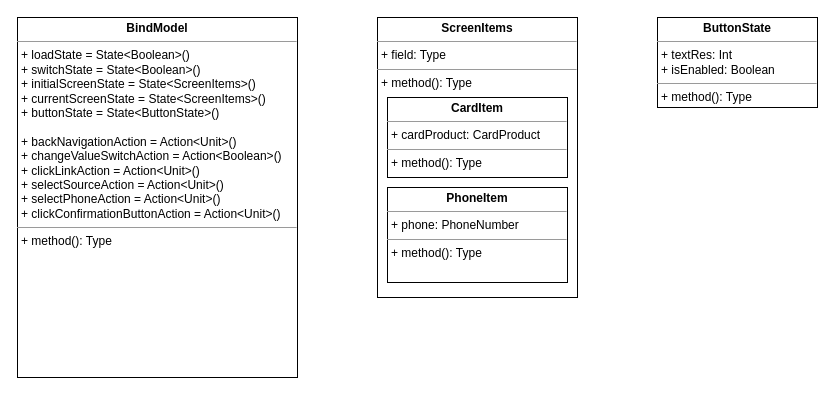
ShiryaevNikolay/diagrams keeps this draw.io diagram as UNI-15261.drawio. Above is the earlier version. Source tidied: cells renumbered, new cells numbered last; positions are measured from the earlier drawing's top-left corner, leaving out a move shared by most shapes. Both pictures are drawn from the tidied source at 100%, with x=0, y=0 at pixel (17, 17).
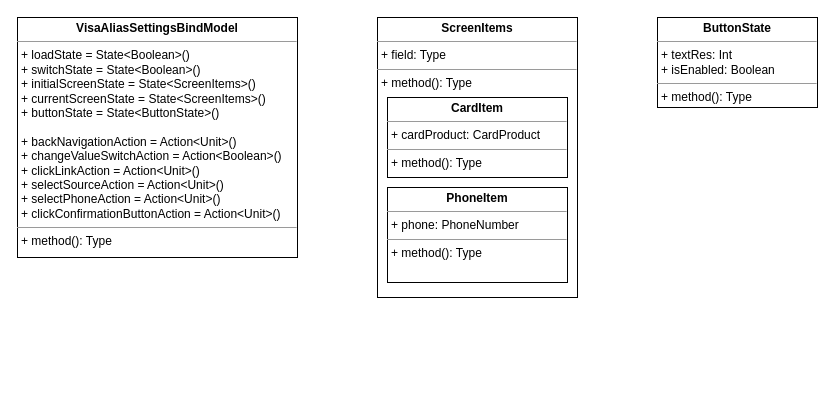
After the change.

Change to the diagram source:
```diff
@@
 <mxGraphModel>
   <root>
     <mxCell id="0" />
     <mxCell id="1" parent="0" />
-    <mxCell id="2" value="&lt;p style=&quot;margin: 0px ; margin-top: 4px ; text-align: center&quot;&gt;&lt;b&gt;BindModel&lt;/b&gt;&lt;/p&gt;&lt;hr size=&quot;1&quot;&gt;&lt;p style=&quot;margin: 0px ; margin-left: 4px&quot;&gt;+ loadState = State&amp;lt;Boolean&amp;gt;()&lt;/p&gt;&lt;p style=&quot;margin: 0px ; margin-left: 4px&quot;&gt;+ switchState = State&amp;lt;Boolean&amp;gt;()&lt;/p&gt;&lt;p style=&quot;margin: 0px ; margin-left: 4px&quot;&gt;+ initialScreenState = State&amp;lt;ScreenItems&amp;gt;()&lt;/p&gt;&lt;p style=&quot;margin: 0px ; margin-left: 4px&quot;&gt;+ currentScreenState = State&amp;lt;ScreenItems&amp;gt;()&lt;/p&gt;&lt;p style=&quot;margin: 0px ; margin-left: 4px&quot;&gt;+ buttonState = State&amp;lt;ButtonState&amp;gt;()&lt;br&gt;&lt;/p&gt;&lt;p style=&quot;margin: 0px ; margin-left: 4px&quot;&gt;&lt;br&gt;&lt;/p&gt;&lt;p style=&quot;margin: 0px ; margin-left: 4px&quot;&gt;+ backNavigationAction = Action&amp;lt;Unit&amp;gt;()&lt;br&gt;&lt;/p&gt;&lt;p style=&quot;margin: 0px ; margin-left: 4px&quot;&gt;+ changeValueSwitchAction = Action&amp;lt;Boolean&amp;gt;()&lt;/p&gt;&lt;p style=&quot;margin: 0px ; margin-left: 4px&quot;&gt;+ clickLinkAction = Action&amp;lt;Unit&amp;gt;()&lt;/p&gt;&lt;p style=&quot;margin: 0px ; margin-left: 4px&quot;&gt;+ selectSourceAction = Action&amp;lt;Unit&amp;gt;()&lt;/p&gt;&lt;p style=&quot;margin: 0px ; margin-left: 4px&quot;&gt;+ selectPhoneAction = Action&amp;lt;Unit&amp;gt;()&lt;/p&gt;&lt;p style=&quot;margin: 0px ; margin-left: 4px&quot;&gt;+ clickConfirmationButtonAction = Action&amp;lt;Unit&amp;gt;()&lt;br&gt;&lt;/p&gt;&lt;hr size=&quot;1&quot;&gt;&lt;p style=&quot;margin: 0px ; margin-left: 4px&quot;&gt;+ method(): Type&lt;/p&gt;" style="verticalAlign=top;align=left;overflow=fill;fontSize=12;fontFamily=Helvetica;html=1;" parent="1" vertex="1">
-      <mxGeometry width="280" height="360" as="geometry" />
+    <mxCell id="2" value="&lt;p style=&quot;margin: 0px ; margin-top: 4px ; text-align: center&quot;&gt;&lt;b&gt;VisaAliasSettingsBindModel&lt;/b&gt;&lt;/p&gt;&lt;hr size=&quot;1&quot;&gt;&lt;p style=&quot;margin: 0px ; margin-left: 4px&quot;&gt;+ loadState = State&amp;lt;Boolean&amp;gt;()&lt;/p&gt;&lt;p style=&quot;margin: 0px ; margin-left: 4px&quot;&gt;+ switchState = State&amp;lt;Boolean&amp;gt;()&lt;/p&gt;&lt;p style=&quot;margin: 0px ; margin-left: 4px&quot;&gt;+ initialScreenState = State&amp;lt;ScreenItems&amp;gt;()&lt;/p&gt;&lt;p style=&quot;margin: 0px ; margin-left: 4px&quot;&gt;+ currentScreenState = State&amp;lt;ScreenItems&amp;gt;()&lt;/p&gt;&lt;p style=&quot;margin: 0px ; margin-left: 4px&quot;&gt;+ buttonState = State&amp;lt;ButtonState&amp;gt;()&lt;br&gt;&lt;/p&gt;&lt;p style=&quot;margin: 0px ; margin-left: 4px&quot;&gt;&lt;br&gt;&lt;/p&gt;&lt;p style=&quot;margin: 0px ; margin-left: 4px&quot;&gt;+ backNavigationAction = Action&amp;lt;Unit&amp;gt;()&lt;br&gt;&lt;/p&gt;&lt;p style=&quot;margin: 0px ; margin-left: 4px&quot;&gt;+ changeValueSwitchAction = Action&amp;lt;Boolean&amp;gt;()&lt;/p&gt;&lt;p style=&quot;margin: 0px ; margin-left: 4px&quot;&gt;+ clickLinkAction = Action&amp;lt;Unit&amp;gt;()&lt;/p&gt;&lt;p style=&quot;margin: 0px ; margin-left: 4px&quot;&gt;+ selectSourceAction = Action&amp;lt;Unit&amp;gt;()&lt;/p&gt;&lt;p style=&quot;margin: 0px ; margin-left: 4px&quot;&gt;+ selectPhoneAction = Action&amp;lt;Unit&amp;gt;()&lt;/p&gt;&lt;p style=&quot;margin: 0px ; margin-left: 4px&quot;&gt;+ clickConfirmationButtonAction = Action&amp;lt;Unit&amp;gt;()&lt;br&gt;&lt;/p&gt;&lt;hr size=&quot;1&quot;&gt;&lt;p style=&quot;margin: 0px ; margin-left: 4px&quot;&gt;+ method(): Type&lt;/p&gt;" style="verticalAlign=top;align=left;overflow=fill;fontSize=12;fontFamily=Helvetica;html=1;" parent="1" vertex="1">
+      <mxGeometry width="280" height="240" as="geometry" />
     </mxCell>
     <mxCell id="3" value="&lt;p style=&quot;margin: 0px ; margin-top: 4px ; text-align: center&quot;&gt;&lt;b&gt;ScreenItems&lt;/b&gt;&lt;/p&gt;&lt;hr size=&quot;1&quot;&gt;&lt;p style=&quot;margin: 0px ; margin-left: 4px&quot;&gt;+ field: Type&lt;/p&gt;&lt;hr size=&quot;1&quot;&gt;&lt;p style=&quot;margin: 0px ; margin-left: 4px&quot;&gt;+ method(): Type&lt;/p&gt;" style="verticalAlign=top;align=left;overflow=fill;fontSize=12;fontFamily=Helvetica;html=1;" parent="1" vertex="1">
       <mxGeometry x="360" width="200" height="280" as="geometry" />
     </mxCell>
     <mxCell id="4" value="&lt;p style=&quot;margin: 0px ; margin-top: 4px ; text-align: center&quot;&gt;&lt;b&gt;CardItem&lt;/b&gt;&lt;/p&gt;&lt;hr size=&quot;1&quot;&gt;&lt;p style=&quot;margin: 0px ; margin-left: 4px&quot;&gt;+ cardProduct: CardProduct&lt;/p&gt;&lt;hr size=&quot;1&quot;&gt;&lt;p style=&quot;margin: 0px ; margin-left: 4px&quot;&gt;+ method(): Type&lt;/p&gt;" style="verticalAlign=top;align=left;overflow=fill;fontSize=12;fontFamily=Helvetica;html=1;" parent="1" vertex="1">
       <mxGeometry x="370" y="80" width="180" height="80" as="geometry" />
     </mxCell>
     <mxCell id="5" value="&lt;p style=&quot;margin: 0px ; margin-top: 4px ; text-align: center&quot;&gt;&lt;b&gt;PhoneItem&lt;/b&gt;&lt;/p&gt;&lt;hr size=&quot;1&quot;&gt;&lt;p style=&quot;margin: 0px ; margin-left: 4px&quot;&gt;+ phone: PhoneNumber&lt;/p&gt;&lt;hr size=&quot;1&quot;&gt;&lt;p style=&quot;margin: 0px ; margin-left: 4px&quot;&gt;+ method(): Type&lt;/p&gt;" style="verticalAlign=top;align=left;overflow=fill;fontSize=12;fontFamily=Helvetica;html=1;" parent="1" vertex="1">
       <mxGeometry x="370" y="170" width="180" height="95" as="geometry" />
     </mxCell>
     <mxCell id="6" value="&lt;p style=&quot;margin: 0px ; margin-top: 4px ; text-align: center&quot;&gt;&lt;b&gt;ButtonState&lt;/b&gt;&lt;/p&gt;&lt;hr size=&quot;1&quot;&gt;&lt;p style=&quot;margin: 0px ; margin-left: 4px&quot;&gt;+ textRes: Int&lt;/p&gt;&lt;p style=&quot;margin: 0px ; margin-left: 4px&quot;&gt;+ isEnabled: Boolean&lt;br&gt;&lt;/p&gt;&lt;hr size=&quot;1&quot;&gt;&lt;p style=&quot;margin: 0px ; margin-left: 4px&quot;&gt;+ method(): Type&lt;/p&gt;" style="verticalAlign=top;align=left;overflow=fill;fontSize=12;fontFamily=Helvetica;html=1;" parent="1" vertex="1">
       <mxGeometry x="640" width="160" height="90" as="geometry" />
     </mxCell>
   </root>
 </mxGraphModel>
```
